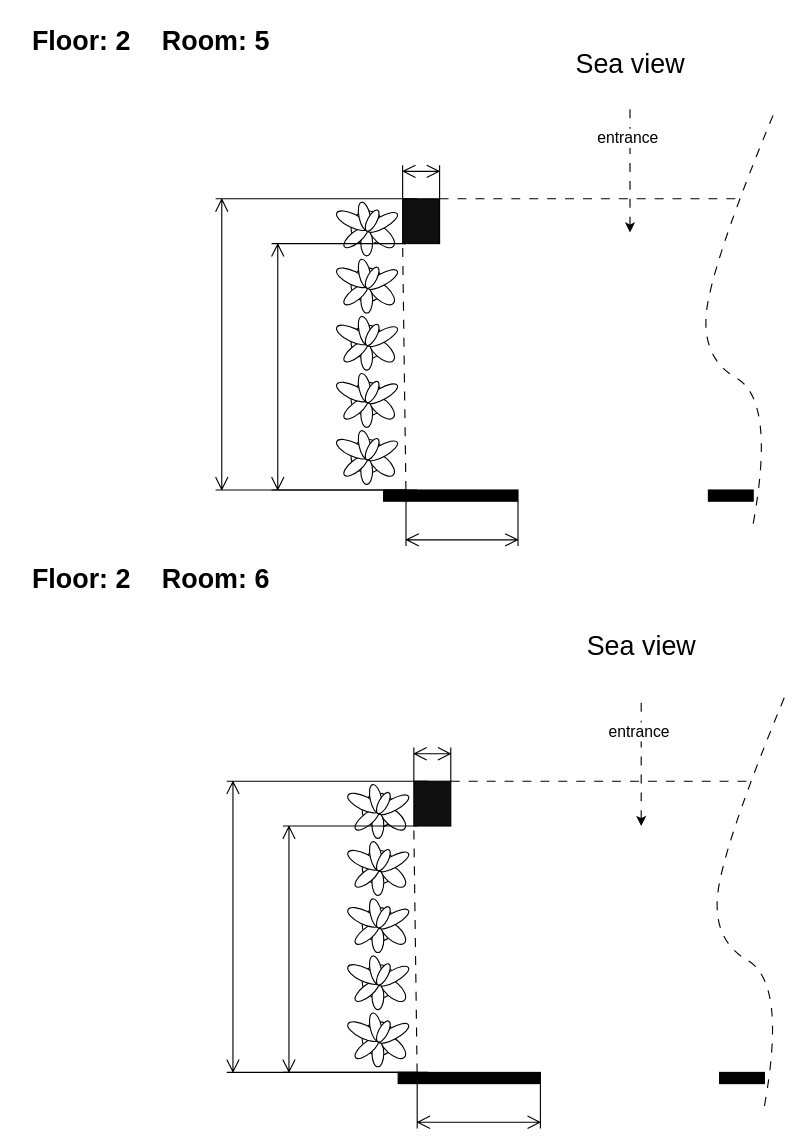
The draw.io diagram Room 5-6.drawio in hdghg/heaven-balcony, before the edit. Source tidied: cells renumbered, new cells numbered last; positions are measured from the earlier drawing's top-left corner, leaving out a move shared by most shapes. Both pictures are drawn from the tidied source at 112%, with x=0, y=0 at pixel (25, 19).
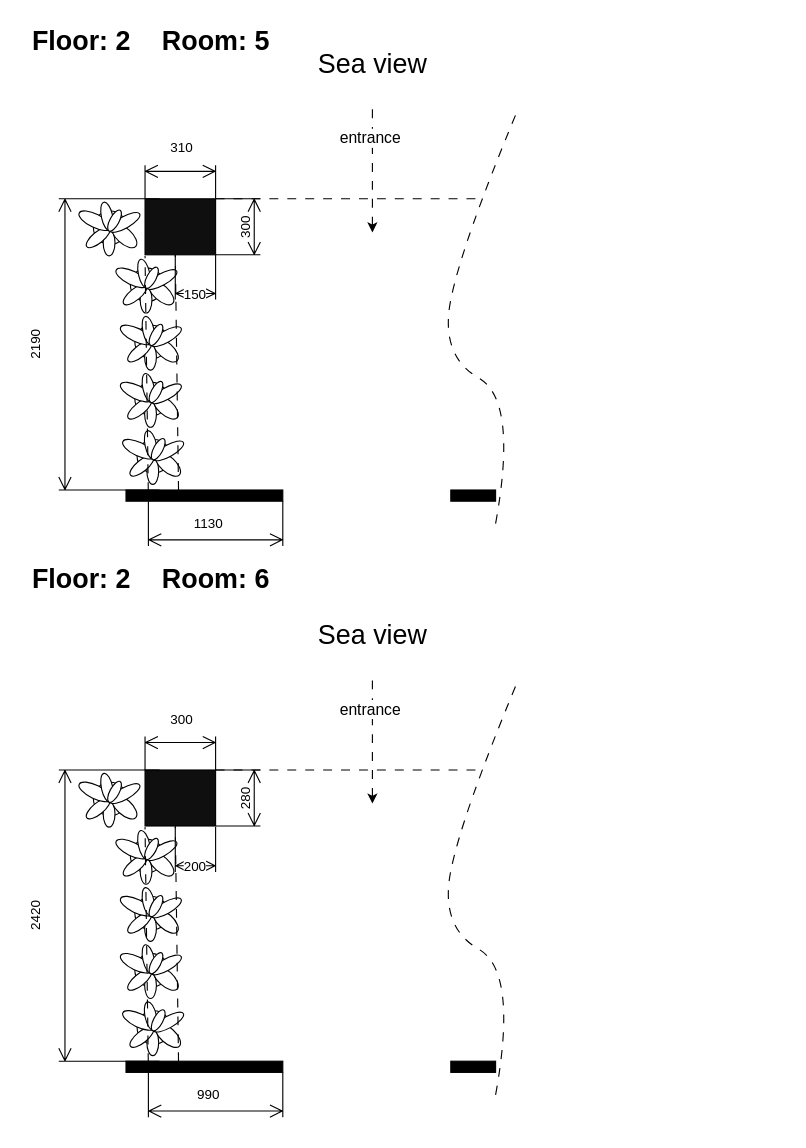
After the change.

Change to the diagram source:
```diff
@@
-    <mxCell id="4" style="verticalLabelPosition=bottom;html=1;verticalAlign=top;align=center;shape=mxgraph.floorplan.plant;" parent="1" vertex="1">
-      <mxGeometry x="280" y="160" width="47" height="51" as="geometry" />
-    </mxCell>
-    <mxCell id="5" style="verticalLabelPosition=bottom;html=1;verticalAlign=top;align=center;shape=mxgraph.floorplan.wall;fillColor=strokeColor;" parent="1" vertex="1">
-      <mxGeometry x="610" y="420" width="40" height="10" as="geometry" />
-    </mxCell>
-    <mxCell id="6" style="verticalLabelPosition=bottom;html=1;verticalAlign=top;align=center;shape=mxgraph.floorplan.plant;" parent="1" vertex="1">
-      <mxGeometry x="280" y="262" width="47" height="51" as="geometry" />
-    </mxCell>
-    <mxCell id="7" style="verticalLabelPosition=bottom;html=1;verticalAlign=top;align=center;shape=mxgraph.floorplan.plant;" parent="1" vertex="1">
-      <mxGeometry x="280" y="211" width="47" height="51" as="geometry" />
-    </mxCell>
-    <mxCell id="8" style="verticalLabelPosition=bottom;html=1;verticalAlign=top;align=center;shape=mxgraph.floorplan.plant;" parent="1" vertex="1">
-      <mxGeometry x="280" y="313" width="47" height="51" as="geometry" />
-    </mxCell>
-    <mxCell id="9" style="verticalLabelPosition=bottom;html=1;verticalAlign=top;align=center;shape=mxgraph.floorplan.wall;fillColor=strokeColor;" parent="1" vertex="1">
-      <mxGeometry x="320" y="420" width="120" height="10" as="geometry" />
-    </mxCell>
-    <mxCell id="10" style="verticalLabelPosition=bottom;html=1;verticalAlign=top;align=center;shape=mxgraph.floorplan.plant;" parent="1" vertex="1">
-      <mxGeometry x="280" y="364" width="47" height="51" as="geometry" />
-    </mxCell>
-    <mxCell id="11" style="rounded=0;whiteSpace=wrap;html=1;fillColor=#0F0F0F;" parent="1" vertex="1">
-      <mxGeometry x="337" y="160" width="33" height="40" as="geometry" />
-    </mxCell>
-    <mxCell id="12" value="Sea view" style="text;strokeColor=none;fillColor=none;html=1;fontSize=24;fontStyle=0;verticalAlign=middle;align=center;" parent="1" vertex="1">
-      <mxGeometry x="490" y="20" width="100" height="40" as="geometry" />
-    </mxCell>
-    <mxCell id="13" style="endArrow=classic;html=1;rounded=0;dashed=1;dashPattern=8 8;" parent="1" edge="1">
-      <mxGeometry relative="1" as="geometry">
-        <mxPoint x="540" y="80" as="sourcePoint" />
-        <mxPoint x="540" y="190" as="targetPoint" />
-      </mxGeometry>
-    </mxCell>
-    <mxCell id="14" value="entrance" style="edgeLabel;html=1;align=center;verticalAlign=middle;fontSize=14;" parent="13" vertex="1">
-      <mxGeometry x="-0.54" y="-3" relative="1" as="geometry" />
-    </mxCell>
-    <mxCell id="15" style="shape=dimension;direction=south;whiteSpace=wrap;html=1;align=left;points=[];verticalAlign=middle;labelBackgroundColor=#ffffff;fillColor=#0F0F0F;" parent="1" vertex="1">
-      <mxGeometry x="170" y="160" width="180" height="260" as="geometry" />
-    </mxCell>
-    <mxCell id="16" style="shape=dimension;direction=west;whiteSpace=wrap;html=1;align=center;verticalAlign=top;spacingTop=-8;labelBackgroundColor=#ffffff;fillColor=#0F0F0F;" parent="1" vertex="1">
-      <mxGeometry x="337" y="130" width="33" height="30" as="geometry" />
-    </mxCell>
-    <mxCell id="17" style="endArrow=none;dashed=1;html=1;rounded=0;dashPattern=8 8;exitX=1;exitY=0;exitDx=0;exitDy=0;" parent="1" edge="1" source="11">
-      <mxGeometry relative="1" as="geometry">
-        <mxPoint x="640" y="160" as="targetPoint" />
-      </mxGeometry>
-    </mxCell>
-    <mxCell id="18" style="endArrow=none;dashed=1;html=1;rounded=0;dashPattern=8 8;entryX=0;entryY=1;entryDx=0;entryDy=0;exitX=1;exitY=0.056;exitDx=0;exitDy=0;exitPerimeter=0;" parent="1" edge="1" source="15" target="11">
-      <mxGeometry relative="1" as="geometry" />
-    </mxCell>
-    <mxCell id="19" style="curved=1;endArrow=none;html=1;rounded=0;dashed=1;dashPattern=8 8;strokeColor=default;endFill=0;" parent="1" edge="1">
-      <mxGeometry relative="1" as="geometry">
-        <mxPoint x="650" y="450" as="sourcePoint" />
-        <mxPoint x="670" y="80" as="targetPoint" />
-        <Array as="points">
-          <mxPoint x="670" y="340" />
-          <mxPoint x="600" y="300" />
-          <mxPoint x="620" y="200" />
-        </Array>
-      </mxGeometry>
-    </mxCell>
-    <mxCell id="20" style="verticalLabelPosition=bottom;html=1;verticalAlign=top;align=center;shape=mxgraph.floorplan.plant;" parent="1" vertex="1">
-      <mxGeometry x="290" y="680" width="47" height="51" as="geometry" />
-    </mxCell>
-    <mxCell id="21" style="verticalLabelPosition=bottom;html=1;verticalAlign=top;align=center;shape=mxgraph.floorplan.wall;fillColor=strokeColor;" parent="1" vertex="1">
-      <mxGeometry x="620" y="940" width="40" height="10" as="geometry" />
-    </mxCell>
-    <mxCell id="22" style="verticalLabelPosition=bottom;html=1;verticalAlign=top;align=center;shape=mxgraph.floorplan.plant;" parent="1" vertex="1">
-      <mxGeometry x="290" y="782" width="47" height="51" as="geometry" />
-    </mxCell>
-    <mxCell id="23" style="verticalLabelPosition=bottom;html=1;verticalAlign=top;align=center;shape=mxgraph.floorplan.plant;" parent="1" vertex="1">
-      <mxGeometry x="290" y="731" width="47" height="51" as="geometry" />
-    </mxCell>
-    <mxCell id="24" style="verticalLabelPosition=bottom;html=1;verticalAlign=top;align=center;shape=mxgraph.floorplan.plant;" parent="1" vertex="1">
-      <mxGeometry x="290" y="833" width="47" height="51" as="geometry" />
-    </mxCell>
-    <mxCell id="25" style="verticalLabelPosition=bottom;html=1;verticalAlign=top;align=center;shape=mxgraph.floorplan.wall;fillColor=strokeColor;" parent="1" vertex="1">
-      <mxGeometry x="333" y="940" width="127" height="10" as="geometry" />
-    </mxCell>
-    <mxCell id="26" style="verticalLabelPosition=bottom;html=1;verticalAlign=top;align=center;shape=mxgraph.floorplan.plant;" parent="1" vertex="1">
-      <mxGeometry x="290" y="884" width="47" height="51" as="geometry" />
-    </mxCell>
-    <mxCell id="27" style="rounded=0;whiteSpace=wrap;html=1;fillColor=#0F0F0F;" parent="1" vertex="1">
-      <mxGeometry x="347" y="680" width="33" height="40" as="geometry" />
-    </mxCell>
-    <mxCell id="28" value="Sea view" style="text;strokeColor=none;fillColor=none;html=1;fontSize=24;fontStyle=0;verticalAlign=middle;align=center;" parent="1" vertex="1">
-      <mxGeometry x="500" y="540" width="100" height="40" as="geometry" />
-    </mxCell>
-    <mxCell id="29" style="endArrow=classic;html=1;rounded=0;dashed=1;dashPattern=8 8;" parent="1" edge="1">
-      <mxGeometry relative="1" as="geometry">
-        <mxPoint x="550" y="610" as="sourcePoint" />
-        <mxPoint x="550" y="720" as="targetPoint" />
-      </mxGeometry>
-    </mxCell>
-    <mxCell id="30" value="entrance" style="edgeLabel;html=1;align=center;verticalAlign=middle;fontSize=14;" parent="29" vertex="1">
-      <mxGeometry x="-0.54" y="-3" relative="1" as="geometry" />
-    </mxCell>
-    <mxCell id="31" style="shape=dimension;direction=south;whiteSpace=wrap;html=1;align=left;points=[];verticalAlign=middle;labelBackgroundColor=#ffffff;fillColor=#0F0F0F;" parent="1" vertex="1">
-      <mxGeometry x="180" y="680" width="180" height="260" as="geometry" />
-    </mxCell>
-    <mxCell id="32" style="shape=dimension;direction=south;whiteSpace=wrap;html=1;align=left;verticalAlign=middle;labelBackgroundColor=#ffffff;fillColor=#0F0F0F;" parent="1" vertex="1">
-      <mxGeometry x="230" y="720" width="120" height="220" as="geometry" />
-    </mxCell>
-    <mxCell id="33" style="shape=dimension;direction=west;whiteSpace=wrap;html=1;align=center;verticalAlign=top;spacingTop=-8;labelBackgroundColor=#ffffff;fillColor=#0F0F0F;" parent="1" vertex="1">
-      <mxGeometry x="347" y="650" width="33" height="30" as="geometry" />
-    </mxCell>
-    <mxCell id="34" style="endArrow=none;dashed=1;html=1;rounded=0;dashPattern=8 8;exitX=1;exitY=0;exitDx=0;exitDy=0;" parent="1" edge="1" source="27">
-      <mxGeometry relative="1" as="geometry">
-        <mxPoint x="650" y="680" as="targetPoint" />
-      </mxGeometry>
-    </mxCell>
-    <mxCell id="35" style="endArrow=none;dashed=1;html=1;rounded=0;dashPattern=8 8;entryX=0;entryY=1;entryDx=0;entryDy=0;exitX=1;exitY=0.056;exitDx=0;exitDy=0;exitPerimeter=0;" parent="1" edge="1" source="31" target="27">
-      <mxGeometry relative="1" as="geometry" />
-    </mxCell>
-    <mxCell id="36" style="curved=1;endArrow=none;html=1;rounded=0;dashed=1;dashPattern=8 8;strokeColor=default;endFill=0;" parent="1" edge="1">
-      <mxGeometry relative="1" as="geometry">
-        <mxPoint x="660" y="970" as="sourcePoint" />
-        <mxPoint x="680" y="600" as="targetPoint" />
-        <Array as="points">
-          <mxPoint x="680" y="860" />
-          <mxPoint x="610" y="820" />
-          <mxPoint x="630" y="720" />
-        </Array>
-      </mxGeometry>
-    </mxCell>
@@
-    <mxCell id="39" style="shape=dimension;whiteSpace=wrap;html=1;align=center;verticalAlign=bottom;spacingBottom=-5;labelBackgroundColor=#ffffff;fontSize=14;fillColor=#0F0F0F;" parent="1" vertex="1">
-      <mxGeometry x="340" y="430" width="100" height="40" as="geometry" />
-    </mxCell>
-    <mxCell id="40" style="shape=dimension;direction=south;whiteSpace=wrap;html=1;align=left;verticalAlign=middle;labelBackgroundColor=#ffffff;fillColor=#0F0F0F;" parent="1" vertex="1">
-      <mxGeometry x="220" y="200" width="120" height="220" as="geometry" />
-    </mxCell>
-    <mxCell id="41" style="shape=dimension;whiteSpace=wrap;html=1;align=center;verticalAlign=bottom;spacingBottom=-5;labelBackgroundColor=#ffffff;fontSize=14;fillColor=#0F0F0F;" parent="1" vertex="1">
-      <mxGeometry x="350" y="950" width="110" height="40" as="geometry" />
-    </mxCell>
+    <mxCell id="42" style="verticalLabelPosition=bottom;html=1;verticalAlign=top;align=center;shape=mxgraph.floorplan.plant;" parent="1" vertex="1">
+      <mxGeometry x="50" y="160" width="47" height="51" as="geometry" />
+    </mxCell>
+    <mxCell id="43" style="verticalLabelPosition=bottom;html=1;verticalAlign=top;align=center;shape=mxgraph.floorplan.wall;fillColor=strokeColor;" parent="1" vertex="1">
+      <mxGeometry x="380" y="420" width="40" height="10" as="geometry" />
+    </mxCell>
+    <mxCell id="44" style="verticalLabelPosition=bottom;html=1;verticalAlign=top;align=center;shape=mxgraph.floorplan.plant;" parent="1" vertex="1">
+      <mxGeometry x="87" y="262" width="47" height="51" as="geometry" />
+    </mxCell>
+    <mxCell id="45" style="verticalLabelPosition=bottom;html=1;verticalAlign=top;align=center;shape=mxgraph.floorplan.plant;" parent="1" vertex="1">
+      <mxGeometry x="87" y="313" width="47" height="51" as="geometry" />
+    </mxCell>
+    <mxCell id="46" style="verticalLabelPosition=bottom;html=1;verticalAlign=top;align=center;shape=mxgraph.floorplan.wall;fillColor=strokeColor;" parent="1" vertex="1">
+      <mxGeometry x="90" y="420" width="140" height="10" as="geometry" />
+    </mxCell>
+    <mxCell id="47" style="verticalLabelPosition=bottom;html=1;verticalAlign=top;align=center;shape=mxgraph.floorplan.plant;" parent="1" vertex="1">
+      <mxGeometry x="89" y="364" width="47" height="51" as="geometry" />
+    </mxCell>
+    <mxCell id="48" style="rounded=0;whiteSpace=wrap;html=1;fillColor=#0F0F0F;" parent="1" vertex="1">
+      <mxGeometry x="107" y="160" width="63" height="50" as="geometry" />
+    </mxCell>
+    <mxCell id="49" value="Sea view" style="text;strokeColor=none;fillColor=none;html=1;fontSize=24;fontStyle=0;verticalAlign=middle;align=center;" parent="1" vertex="1">
+      <mxGeometry x="260" y="20" width="100" height="40" as="geometry" />
+    </mxCell>
+    <mxCell id="50" style="endArrow=classic;html=1;rounded=0;dashed=1;dashPattern=8 8;" parent="1" edge="1">
+      <mxGeometry relative="1" as="geometry">
+        <mxPoint x="310" y="80" as="sourcePoint" />
+        <mxPoint x="310" y="190" as="targetPoint" />
+      </mxGeometry>
+    </mxCell>
+    <mxCell id="51" value="entrance" style="edgeLabel;html=1;align=center;verticalAlign=middle;fontSize=14;" parent="50" vertex="1">
+      <mxGeometry x="-0.54" y="-3" relative="1" as="geometry" />
+    </mxCell>
+    <mxCell id="52" style="shape=dimension;direction=south;whiteSpace=wrap;html=1;align=left;verticalAlign=middle;labelBackgroundColor=#ffffff;fillColor=#0F0F0F;" parent="1" vertex="1">
+      <mxGeometry x="30" y="160" width="90" height="260" as="geometry" />
+    </mxCell>
+    <mxCell id="53" style="shape=dimension;direction=west;whiteSpace=wrap;html=1;align=center;verticalAlign=top;spacingTop=-8;labelBackgroundColor=#ffffff;fillColor=#0F0F0F;" parent="1" vertex="1">
+      <mxGeometry x="107" y="130" width="63" height="30" as="geometry" />
+    </mxCell>
+    <mxCell id="54" style="endArrow=none;dashed=1;html=1;rounded=0;dashPattern=8 8;exitX=1;exitY=0;exitDx=0;exitDy=0;" parent="1" edge="1" source="48">
+      <mxGeometry relative="1" as="geometry">
+        <mxPoint x="410" y="160" as="targetPoint" />
+      </mxGeometry>
+    </mxCell>
+    <mxCell id="55" style="curved=1;endArrow=none;html=1;rounded=0;dashed=1;dashPattern=8 8;strokeColor=default;endFill=0;" parent="1" edge="1">
+      <mxGeometry relative="1" as="geometry">
+        <mxPoint x="420" y="450" as="sourcePoint" />
+        <mxPoint x="440" y="80" as="targetPoint" />
+        <Array as="points">
+          <mxPoint x="440" y="340" />
+          <mxPoint x="370" y="300" />
+          <mxPoint x="390" y="200" />
+        </Array>
+      </mxGeometry>
+    </mxCell>
+    <mxCell id="56" style="shape=dimension;whiteSpace=wrap;html=1;align=center;verticalAlign=bottom;spacingBottom=-5;labelBackgroundColor=#ffffff;fontSize=14;fillColor=#0F0F0F;" parent="1" vertex="1">
+      <mxGeometry x="110" y="430" width="120" height="40" as="geometry" />
+    </mxCell>
+    <mxCell id="57" value="2190" style="text;html=1;strokeColor=none;fillColor=none;align=center;verticalAlign=middle;whiteSpace=wrap;rounded=0;rotation=270;" parent="1" vertex="1">
+      <mxGeometry x="-20" y="275" width="60" height="30" as="geometry" />
+    </mxCell>
+    <mxCell id="58" style="endArrow=none;dashed=1;html=1;rounded=0;dashPattern=8 8;entryX=0;entryY=1;entryDx=0;entryDy=0;exitX=1;exitY=0.056;exitDx=0;exitDy=0;exitPerimeter=0;" parent="1" edge="1">
+      <mxGeometry relative="1" as="geometry">
+        <mxPoint x="136.9" y="420" as="sourcePoint" />
+        <mxPoint x="134" y="210" as="targetPoint" />
+      </mxGeometry>
+    </mxCell>
+    <mxCell id="59" style="verticalLabelPosition=bottom;html=1;verticalAlign=top;align=center;shape=mxgraph.floorplan.plant;" parent="1" vertex="1">
+      <mxGeometry x="83" y="211" width="47" height="51" as="geometry" />
+    </mxCell>
+    <mxCell id="60" value="310" style="text;html=1;strokeColor=none;fillColor=none;align=center;verticalAlign=middle;whiteSpace=wrap;rounded=0;" parent="1" vertex="1">
+      <mxGeometry x="110" y="100" width="60" height="30" as="geometry" />
+    </mxCell>
+    <mxCell id="61" value="1130" style="text;html=1;strokeColor=none;fillColor=none;align=center;verticalAlign=middle;whiteSpace=wrap;rounded=0;" parent="1" vertex="1">
+      <mxGeometry x="134" y="435" width="60" height="30" as="geometry" />
+    </mxCell>
+    <mxCell id="62" style="endArrow=none;dashed=1;html=1;rounded=0;dashPattern=8 8;entryX=0;entryY=1;entryDx=0;entryDy=0;exitX=1;exitY=0.056;exitDx=0;exitDy=0;exitPerimeter=0;" parent="1" edge="1">
+      <mxGeometry relative="1" as="geometry">
+        <mxPoint x="109.9" y="421" as="sourcePoint" />
+        <mxPoint x="107" y="211" as="targetPoint" />
+      </mxGeometry>
+    </mxCell>
+    <mxCell id="63" style="shape=dimension;direction=north;whiteSpace=wrap;html=1;align=right;verticalAlign=middle;labelBackgroundColor=#ffffff;" parent="1" vertex="1">
+      <mxGeometry x="170" y="160" width="40" height="50" as="geometry" />
+    </mxCell>
+    <mxCell id="64" value="300" style="text;html=1;strokeColor=none;fillColor=none;align=center;verticalAlign=middle;whiteSpace=wrap;rounded=0;rotation=270;" parent="1" vertex="1">
+      <mxGeometry x="167" y="170.5" width="60" height="30" as="geometry" />
+    </mxCell>
+    <mxCell id="65" value="150" style="shape=dimension;whiteSpace=wrap;html=1;align=center;verticalAlign=bottom;spacingBottom=-5;labelBackgroundColor=#ffffff;" parent="1" vertex="1">
+      <mxGeometry x="134" y="210" width="36" height="40" as="geometry" />
+    </mxCell>
+    <mxCell id="66" style="verticalLabelPosition=bottom;html=1;verticalAlign=top;align=center;shape=mxgraph.floorplan.plant;" parent="1" vertex="1">
+      <mxGeometry x="50" y="670" width="47" height="51" as="geometry" />
+    </mxCell>
+    <mxCell id="67" style="verticalLabelPosition=bottom;html=1;verticalAlign=top;align=center;shape=mxgraph.floorplan.wall;fillColor=strokeColor;" parent="1" vertex="1">
+      <mxGeometry x="380" y="930" width="40" height="10" as="geometry" />
+    </mxCell>
+    <mxCell id="68" style="verticalLabelPosition=bottom;html=1;verticalAlign=top;align=center;shape=mxgraph.floorplan.plant;" parent="1" vertex="1">
+      <mxGeometry x="87" y="772" width="47" height="51" as="geometry" />
+    </mxCell>
+    <mxCell id="69" style="verticalLabelPosition=bottom;html=1;verticalAlign=top;align=center;shape=mxgraph.floorplan.plant;" parent="1" vertex="1">
+      <mxGeometry x="87" y="823" width="47" height="51" as="geometry" />
+    </mxCell>
+    <mxCell id="70" style="verticalLabelPosition=bottom;html=1;verticalAlign=top;align=center;shape=mxgraph.floorplan.wall;fillColor=strokeColor;" parent="1" vertex="1">
+      <mxGeometry x="90" y="930" width="140" height="10" as="geometry" />
+    </mxCell>
+    <mxCell id="71" style="verticalLabelPosition=bottom;html=1;verticalAlign=top;align=center;shape=mxgraph.floorplan.plant;" parent="1" vertex="1">
+      <mxGeometry x="89" y="874" width="47" height="51" as="geometry" />
+    </mxCell>
+    <mxCell id="72" style="rounded=0;whiteSpace=wrap;html=1;fillColor=#0F0F0F;" parent="1" vertex="1">
+      <mxGeometry x="107" y="670" width="63" height="50" as="geometry" />
+    </mxCell>
+    <mxCell id="73" value="Sea view" style="text;strokeColor=none;fillColor=none;html=1;fontSize=24;fontStyle=0;verticalAlign=middle;align=center;" parent="1" vertex="1">
+      <mxGeometry x="260" y="530" width="100" height="40" as="geometry" />
+    </mxCell>
+    <mxCell id="74" style="endArrow=classic;html=1;rounded=0;dashed=1;dashPattern=8 8;" parent="1" edge="1">
+      <mxGeometry relative="1" as="geometry">
+        <mxPoint x="310" y="590" as="sourcePoint" />
+        <mxPoint x="310" y="700" as="targetPoint" />
+      </mxGeometry>
+    </mxCell>
+    <mxCell id="75" value="entrance" style="edgeLabel;html=1;align=center;verticalAlign=middle;fontSize=14;" parent="74" vertex="1">
+      <mxGeometry x="-0.54" y="-3" relative="1" as="geometry" />
+    </mxCell>
+    <mxCell id="76" style="shape=dimension;direction=south;whiteSpace=wrap;html=1;align=left;verticalAlign=middle;labelBackgroundColor=#ffffff;fillColor=#0F0F0F;" parent="1" vertex="1">
+      <mxGeometry x="30" y="670" width="90" height="260" as="geometry" />
+    </mxCell>
+    <mxCell id="77" style="shape=dimension;direction=west;whiteSpace=wrap;html=1;align=center;verticalAlign=top;spacingTop=-8;labelBackgroundColor=#ffffff;fillColor=#0F0F0F;" parent="1" vertex="1">
+      <mxGeometry x="107" y="640" width="63" height="30" as="geometry" />
+    </mxCell>
+    <mxCell id="78" style="endArrow=none;dashed=1;html=1;rounded=0;dashPattern=8 8;exitX=1;exitY=0;exitDx=0;exitDy=0;" parent="1" edge="1" source="72">
+      <mxGeometry relative="1" as="geometry">
+        <mxPoint x="410" y="670" as="targetPoint" />
+      </mxGeometry>
+    </mxCell>
+    <mxCell id="79" style="curved=1;endArrow=none;html=1;rounded=0;dashed=1;dashPattern=8 8;strokeColor=default;endFill=0;" parent="1" edge="1">
+      <mxGeometry relative="1" as="geometry">
+        <mxPoint x="420" y="960" as="sourcePoint" />
+        <mxPoint x="440" y="590" as="targetPoint" />
+        <Array as="points">
+          <mxPoint x="440" y="850" />
+          <mxPoint x="370" y="810" />
+          <mxPoint x="390" y="710" />
+        </Array>
+      </mxGeometry>
+    </mxCell>
+    <mxCell id="80" style="shape=dimension;whiteSpace=wrap;html=1;align=center;verticalAlign=bottom;spacingBottom=-5;labelBackgroundColor=#ffffff;fontSize=14;fillColor=#0F0F0F;" parent="1" vertex="1">
+      <mxGeometry x="110" y="940" width="120" height="40" as="geometry" />
+    </mxCell>
+    <mxCell id="81" value="2420" style="text;html=1;strokeColor=none;fillColor=none;align=center;verticalAlign=middle;whiteSpace=wrap;rounded=0;rotation=270;" parent="1" vertex="1">
+      <mxGeometry x="-20" y="785" width="60" height="30" as="geometry" />
+    </mxCell>
+    <mxCell id="82" style="endArrow=none;dashed=1;html=1;rounded=0;dashPattern=8 8;entryX=0;entryY=1;entryDx=0;entryDy=0;exitX=1;exitY=0.056;exitDx=0;exitDy=0;exitPerimeter=0;" parent="1" edge="1">
+      <mxGeometry relative="1" as="geometry">
+        <mxPoint x="136.9" y="930" as="sourcePoint" />
+        <mxPoint x="134" y="720" as="targetPoint" />
+      </mxGeometry>
+    </mxCell>
+    <mxCell id="83" style="verticalLabelPosition=bottom;html=1;verticalAlign=top;align=center;shape=mxgraph.floorplan.plant;" parent="1" vertex="1">
+      <mxGeometry x="83" y="721" width="47" height="51" as="geometry" />
+    </mxCell>
+    <mxCell id="84" value="300" style="text;html=1;strokeColor=none;fillColor=none;align=center;verticalAlign=middle;whiteSpace=wrap;rounded=0;" parent="1" vertex="1">
+      <mxGeometry x="110" y="610" width="60" height="30" as="geometry" />
+    </mxCell>
+    <mxCell id="85" value="990" style="text;html=1;strokeColor=none;fillColor=none;align=center;verticalAlign=middle;whiteSpace=wrap;rounded=0;" parent="1" vertex="1">
+      <mxGeometry x="134" y="945" width="60" height="30" as="geometry" />
+    </mxCell>
+    <mxCell id="86" value="200" style="shape=dimension;whiteSpace=wrap;html=1;align=center;verticalAlign=bottom;spacingBottom=-5;labelBackgroundColor=#ffffff;" parent="1" vertex="1">
+      <mxGeometry x="134" y="721" width="36" height="40" as="geometry" />
+    </mxCell>
+    <mxCell id="87" style="endArrow=none;dashed=1;html=1;rounded=0;dashPattern=8 8;entryX=0;entryY=1;entryDx=0;entryDy=0;exitX=1;exitY=0.056;exitDx=0;exitDy=0;exitPerimeter=0;" parent="1" edge="1">
+      <mxGeometry relative="1" as="geometry">
+        <mxPoint x="109.9" y="931" as="sourcePoint" />
+        <mxPoint x="107" y="721" as="targetPoint" />
+      </mxGeometry>
+    </mxCell>
+    <mxCell id="88" style="shape=dimension;direction=north;whiteSpace=wrap;html=1;align=right;verticalAlign=middle;labelBackgroundColor=#ffffff;" parent="1" vertex="1">
+      <mxGeometry x="170" y="670" width="40" height="50" as="geometry" />
+    </mxCell>
+    <mxCell id="89" value="280" style="text;html=1;strokeColor=none;fillColor=none;align=center;verticalAlign=middle;whiteSpace=wrap;rounded=0;rotation=270;" parent="1" vertex="1">
+      <mxGeometry x="167" y="680.5" width="60" height="30" as="geometry" />
+    </mxCell>
```
